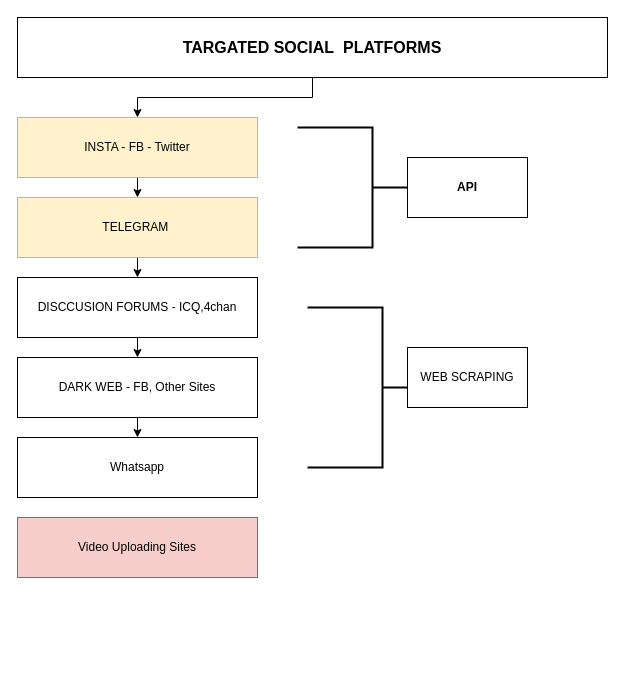
Earlier version of the draw.io diagram page "S_TARGETED" (1 of 5) of Untitled Diagram.drawio (gamingflexer/flutter-beginners-tutorial). Source tidied: cells renumbered, new cells numbered last; positions are measured from the earlier drawing's top-left corner, leaving out a move shared by most shapes. Both pictures are drawn from the tidied source at 100%, with x=0, y=0 at pixel (17, 17).
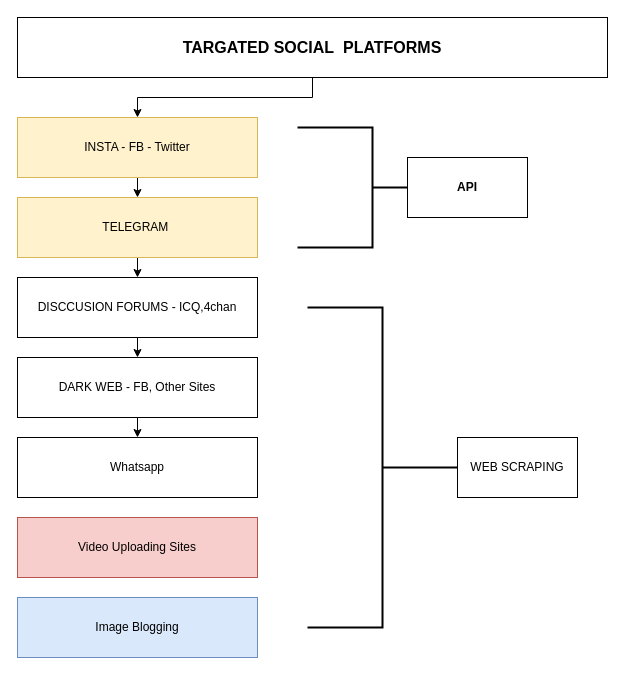
Above is the later version.

Diff of the diagram source:
```diff
@@
 <mxGraphModel>
   <root>
     <mxCell id="0" />
     <mxCell id="1" parent="0" />
     <mxCell id="2" style="edgeStyle=orthogonalEdgeStyle;rounded=0;jettySize=auto;html=1;exitX=0.5;exitY=1;exitDx=0;exitDy=0;entryX=0.5;entryY=0;entryDx=0;entryDy=0;" parent="1" edge="1" source="3" target="5">
       <mxGeometry relative="1" as="geometry" />
     </mxCell>
     <mxCell id="3" value="&lt;b&gt;&lt;font style=&quot;font-size: 16px&quot;&gt;TARGATED SOCIAL&amp;nbsp; PLATFORMS&lt;/font&gt;&lt;/b&gt;" style="rounded=0;whiteSpace=wrap;html=1;" parent="1" vertex="1">
       <mxGeometry width="590" height="60" as="geometry" />
     </mxCell>
     <mxCell id="4" style="edgeStyle=orthogonalEdgeStyle;rounded=0;jettySize=auto;html=1;exitX=0.5;exitY=1;exitDx=0;exitDy=0;entryX=0.5;entryY=0;entryDx=0;entryDy=0;" parent="1" edge="1" source="5" target="7">
       <mxGeometry relative="1" as="geometry" />
     </mxCell>
     <mxCell id="5" value="INSTA - FB - Twitter" style="rounded=0;whiteSpace=wrap;html=1;fillColor=#fff2cc;strokeColor=#d6b656;" parent="1" vertex="1">
       <mxGeometry y="100" width="240" height="60" as="geometry" />
     </mxCell>
     <mxCell id="6" style="edgeStyle=orthogonalEdgeStyle;rounded=0;jettySize=auto;html=1;exitX=0.5;exitY=1;exitDx=0;exitDy=0;entryX=0.5;entryY=0;entryDx=0;entryDy=0;" parent="1" edge="1" source="7" target="9">
       <mxGeometry relative="1" as="geometry" />
     </mxCell>
     <mxCell id="7" value="TELEGRAM&amp;nbsp;" style="rounded=0;whiteSpace=wrap;html=1;fillColor=#fff2cc;strokeColor=#d6b656;" parent="1" vertex="1">
       <mxGeometry y="180" width="240" height="60" as="geometry" />
     </mxCell>
     <mxCell id="8" style="edgeStyle=orthogonalEdgeStyle;rounded=0;jettySize=auto;html=1;exitX=0.5;exitY=1;exitDx=0;exitDy=0;entryX=0.5;entryY=0;entryDx=0;entryDy=0;" parent="1" edge="1" source="9" target="11">
       <mxGeometry relative="1" as="geometry" />
     </mxCell>
     <mxCell id="9" value="DISCCUSION FORUMS - ICQ,4chan" style="rounded=0;whiteSpace=wrap;html=1;" parent="1" vertex="1">
       <mxGeometry y="260" width="240" height="60" as="geometry" />
     </mxCell>
     <mxCell id="10" style="edgeStyle=orthogonalEdgeStyle;rounded=0;jettySize=auto;html=1;exitX=0.5;exitY=1;exitDx=0;exitDy=0;entryX=0.5;entryY=0;entryDx=0;entryDy=0;" parent="1" edge="1" source="11" target="12">
       <mxGeometry relative="1" as="geometry" />
     </mxCell>
     <mxCell id="11" value="DARK WEB - FB, Other Sites" style="rounded=0;whiteSpace=wrap;html=1;" parent="1" vertex="1">
       <mxGeometry y="340" width="240" height="60" as="geometry" />
     </mxCell>
     <mxCell id="12" value="Whatsapp" style="rounded=0;whiteSpace=wrap;html=1;" parent="1" vertex="1">
       <mxGeometry y="420" width="240" height="60" as="geometry" />
     </mxCell>
     <mxCell id="13" style="strokeWidth=2;html=1;shape=mxgraph.flowchart.annotation_2;align=left;labelPosition=right;gradientColor=none;direction=west;" parent="1" vertex="1">
-      <mxGeometry x="290" y="290" width="150" height="160" as="geometry" />
+      <mxGeometry x="290" y="290" width="150" height="320" as="geometry" />
     </mxCell>
     <mxCell id="14" style="strokeWidth=2;html=1;shape=mxgraph.flowchart.annotation_2;align=left;labelPosition=right;gradientColor=none;direction=west;" parent="1" vertex="1">
       <mxGeometry x="280" y="110" width="150" height="120" as="geometry" />
     </mxCell>
     <mxCell id="15" value="&lt;b&gt;API&lt;/b&gt;" style="whiteSpace=wrap;html=1;gradientColor=none;" parent="1" vertex="1">
       <mxGeometry x="390" y="140" width="120" height="60" as="geometry" />
     </mxCell>
     <mxCell id="16" value="WEB SCRAPING" style="whiteSpace=wrap;html=1;gradientColor=none;" parent="1" vertex="1">
-      <mxGeometry x="390" y="330" width="120" height="60" as="geometry" />
+      <mxGeometry x="440" y="420" width="120" height="60" as="geometry" />
     </mxCell>
     <mxCell id="17" value="Video Uploading Sites" style="rounded=0;whiteSpace=wrap;html=1;fillColor=#f8cecc;strokeColor=#b85450;" parent="1" vertex="1">
       <mxGeometry y="500" width="240" height="60" as="geometry" />
     </mxCell>
+    <mxCell id="18" value="Image Blogging" style="rounded=0;whiteSpace=wrap;html=1;fillColor=#dae8fc;strokeColor=#6c8ebf;" parent="1" vertex="1">
+      <mxGeometry y="580" width="240" height="60" as="geometry" />
+    </mxCell>
   </root>
 </mxGraphModel>
```
